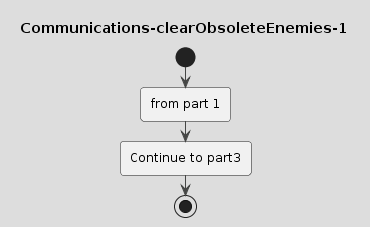
Above: drawings/Communications-clearObsoleteEnemies-1.png in coding-to-music/plantuml-diagram-examples (PlantUML), before the change. Its diagram source:
```plantuml
@startuml Communications-clearObsoleteEnemies-1
!theme toy
title Communications-clearObsoleteEnemies-1
start

:from part 1;




:Continue to part3;
stop
@enduml
```
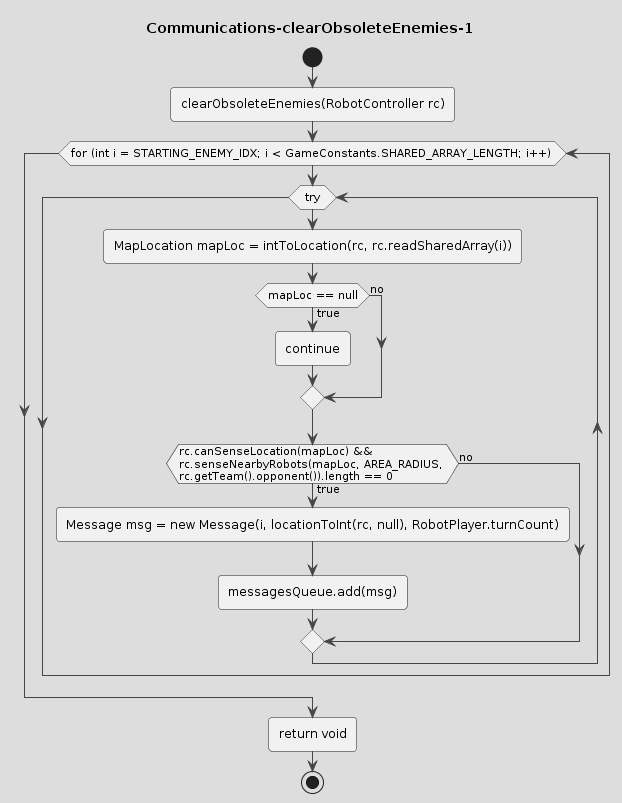
Later version of the same file.

What changed in the source:
```diff
@@ -3,11 +3,25 @@
 title Communications-clearObsoleteEnemies-1
 start
 
-:from part 1;
 
 
 
+:clearObsoleteEnemies(RobotController rc);
 
-:Continue to part3;
+while (for (int i = STARTING_ENEMY_IDX; i < GameConstants.SHARED_ARRAY_LENGTH; i++) )
+    while (try)
+        :MapLocation mapLoc = intToLocation(rc, rc.readSharedArray(i));
+        if (mapLoc == null) then (true)
+            :continue;
+        else (no)
+        endif
+        if (rc.canSenseLocation(mapLoc) && \nrc.senseNearbyRobots(mapLoc, AREA_RADIUS, \nrc.getTeam().opponent()).length == 0) then (true)
+            :Message msg = new Message(i, locationToInt(rc, null), RobotPlayer.turnCount);
+            :messagesQueue.add(msg);
+        else (no)
+        endif
+    endwhile
+endwhile
+:return void;
 stop
 @enduml
```
